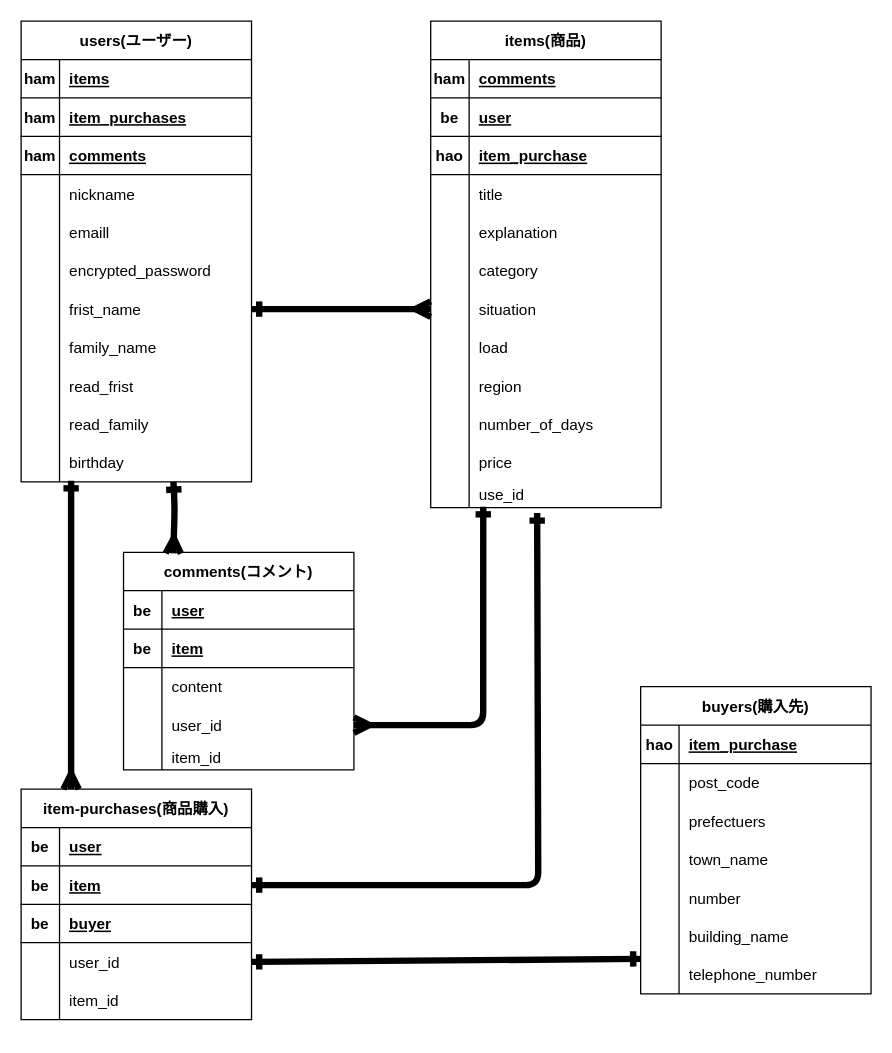
Above: furima2.dio in K5555kanafgo/furima-39958 (draw.io), before the change. Source tidied: cells renumbered, new cells numbered last; positions are measured from the earlier drawing's top-left corner, leaving out a move shared by most shapes. Both pictures are drawn from the tidied source at 128%, with x=0, y=0 at pixel (20, 20).
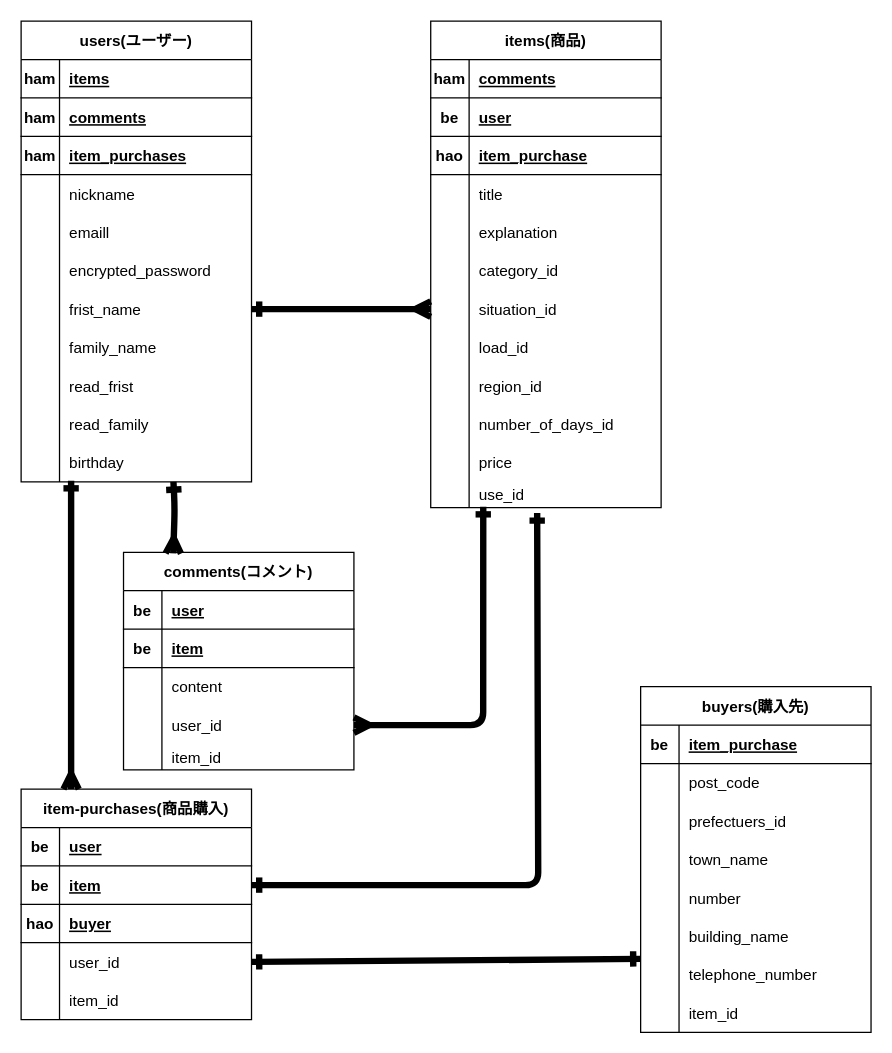
The same page after the edit.

The change refers to these unchanged cells:
```xml
<mxCell id="2" value="users(ユーザー)" style="shape=table;startSize=30;childLayout=tableLayout;rowLines=0;fontStyle=1;align=center;" parent="1" vertex="1">
  <mxGeometry width="180" height="360" as="geometry" />
</mxCell>
<mxCell id="52" style="shape=tableRow;horizontal=0;startSize=0;swimlaneHead=0;swimlaneBody=0;fillColor=none;top=0;left=0;right=0;bottom=0;" parent="36" vertex="1">
  <mxGeometry y="180" width="180" height="30" as="geometry" />
</mxCell>
<mxCell id="55" style="shape=tableRow;horizontal=0;startSize=0;swimlaneHead=0;swimlaneBody=0;fillColor=none;points=[[0,0.5],[1,0.5]];portConstraint=eastwest;top=0;left=0;right=0;bottom=0;" parent="36" vertex="1">
  <mxGeometry y="210" width="180" height="30" as="geometry" />
</mxCell>
<mxCell id="58" style="shape=tableRow;horizontal=0;startSize=0;swimlaneHead=0;swimlaneBody=0;fillColor=none;top=0;left=0;right=0;bottom=0;" parent="36" vertex="1">
  <mxGeometry y="240" width="180" height="30" as="geometry" />
</mxCell>
<mxCell id="61" style="shape=tableRow;horizontal=0;startSize=0;swimlaneHead=0;swimlaneBody=0;fillColor=none;top=0;left=0;right=0;bottom=0;" parent="36" vertex="1">
  <mxGeometry y="270" width="180" height="30" as="geometry" />
</mxCell>
<mxCell id="64" style="shape=tableRow;horizontal=0;startSize=0;swimlaneHead=0;swimlaneBody=0;fillColor=none;top=0;left=0;right=0;bottom=0;" parent="36" vertex="1">
  <mxGeometry y="300" width="180" height="30" as="geometry" />
</mxCell>
<mxCell id="96" style="shape=tableRow;horizontal=0;startSize=0;swimlaneHead=0;swimlaneBody=0;fillColor=none;top=0;left=0;right=0;bottom=1;" parent="89" vertex="1">
  <mxGeometry y="90" width="180" height="30" as="geometry" />
</mxCell>
<mxCell id="106" style="shape=tableRow;horizontal=0;startSize=0;swimlaneHead=0;swimlaneBody=0;fillColor=none;top=0;left=0;right=0;bottom=1;" parent="105" vertex="1">
  <mxGeometry y="30" width="180" height="30" as="geometry" />
</mxCell>
<mxCell id="112" style="shape=tableRow;horizontal=0;startSize=0;swimlaneHead=0;swimlaneBody=0;fillColor=none;top=0;left=0;right=0;bottom=0;" parent="105" vertex="1">
  <mxGeometry y="90" width="180" height="30" as="geometry" />
</mxCell>
```

What changed in the source:
```diff
@@
+    <mxCell id="9" style="shape=tableRow;horizontal=0;startSize=0;swimlaneHead=0;swimlaneBody=0;fillColor=none;top=0;left=0;right=0;bottom=1;" parent="2" vertex="1">
+      <mxGeometry y="60" width="180" height="30" as="geometry" />
+    </mxCell>
+    <mxCell id="10" value="ham" style="shape=partialRectangle;fillColor=none;top=0;left=0;bottom=0;right=0;fontStyle=1;overflow=hidden;" parent="9" vertex="1">
+      <mxGeometry width="30" height="30" as="geometry" />
+    </mxCell>
+    <mxCell id="11" value="comments" style="shape=partialRectangle;fillColor=none;top=0;left=0;bottom=0;right=0;align=left;spacingLeft=6;fontStyle=5;overflow=hidden;" parent="9" vertex="1">
+      <mxGeometry x="30" width="150" height="30" as="geometry" />
+    </mxCell>
     <mxCell id="6" style="shape=tableRow;horizontal=0;startSize=0;swimlaneHead=0;swimlaneBody=0;fillColor=none;top=0;left=0;right=0;bottom=1;" parent="2" vertex="1">
-      <mxGeometry y="60" width="180" height="30" as="geometry" />
+      <mxGeometry y="90" width="180" height="30" as="geometry" />
     </mxCell>
@@
-    <mxCell id="9" style="shape=tableRow;horizontal=0;startSize=0;swimlaneHead=0;swimlaneBody=0;fillColor=none;top=0;left=0;right=0;bottom=1;" parent="2" vertex="1">
-      <mxGeometry y="90" width="180" height="30" as="geometry" />
-    </mxCell>
-    <mxCell id="10" value="ham" style="shape=partialRectangle;fillColor=none;top=0;left=0;bottom=0;right=0;fontStyle=1;overflow=hidden;" parent="9" vertex="1">
-      <mxGeometry width="30" height="30" as="geometry" />
-    </mxCell>
-    <mxCell id="11" value="comments" style="shape=partialRectangle;fillColor=none;top=0;left=0;bottom=0;right=0;align=left;spacingLeft=6;fontStyle=5;overflow=hidden;" parent="9" vertex="1">
-      <mxGeometry x="30" width="150" height="30" as="geometry" />
-    </mxCell>
@@
-    <mxCell id="54" value="category" style="shape=partialRectangle;fillColor=none;top=0;left=0;bottom=0;right=0;align=left;spacingLeft=6;overflow=hidden;" parent="52" vertex="1">
+    <mxCell id="54" value="category_id" style="shape=partialRectangle;fillColor=none;top=0;left=0;bottom=0;right=0;align=left;spacingLeft=6;overflow=hidden;" parent="52" vertex="1">
       <mxGeometry x="30" width="150" height="30" as="geometry" />
     </mxCell>
@@
-    <mxCell id="57" value="situation" style="shape=partialRectangle;fillColor=none;top=0;left=0;bottom=0;right=0;align=left;spacingLeft=6;overflow=hidden;" parent="55" vertex="1">
+    <mxCell id="57" value="situation_id" style="shape=partialRectangle;fillColor=none;top=0;left=0;bottom=0;right=0;align=left;spacingLeft=6;overflow=hidden;" parent="55" vertex="1">
       <mxGeometry x="30" width="150" height="30" as="geometry" />
     </mxCell>
@@
-    <mxCell id="60" value="load" style="shape=partialRectangle;fillColor=none;top=0;left=0;bottom=0;right=0;align=left;spacingLeft=6;overflow=hidden;" parent="58" vertex="1">
+    <mxCell id="60" value="load_id" style="shape=partialRectangle;fillColor=none;top=0;left=0;bottom=0;right=0;align=left;spacingLeft=6;overflow=hidden;" parent="58" vertex="1">
       <mxGeometry x="30" width="150" height="30" as="geometry" />
     </mxCell>
@@
-    <mxCell id="63" value="region" style="shape=partialRectangle;fillColor=none;top=0;left=0;bottom=0;right=0;align=left;spacingLeft=6;overflow=hidden;" parent="61" vertex="1">
+    <mxCell id="63" value="region_id" style="shape=partialRectangle;fillColor=none;top=0;left=0;bottom=0;right=0;align=left;spacingLeft=6;overflow=hidden;" parent="61" vertex="1">
       <mxGeometry x="30" width="150" height="30" as="geometry" />
     </mxCell>
@@
-    <mxCell id="66" value="number_of_days" style="shape=partialRectangle;fillColor=none;top=0;left=0;bottom=0;right=0;align=left;spacingLeft=6;overflow=hidden;" parent="64" vertex="1">
+    <mxCell id="66" value="number_of_days_id" style="shape=partialRectangle;fillColor=none;top=0;left=0;bottom=0;right=0;align=left;spacingLeft=6;overflow=hidden;" parent="64" vertex="1">
       <mxGeometry x="30" width="150" height="30" as="geometry" />
     </mxCell>
@@
-    <mxCell id="97" value="be" style="shape=partialRectangle;fillColor=none;top=0;left=0;bottom=0;right=0;fontStyle=1;overflow=hidden;" parent="96" vertex="1">
+    <mxCell id="97" value="hao" style="shape=partialRectangle;fillColor=none;top=0;left=0;bottom=0;right=0;fontStyle=1;overflow=hidden;" parent="96" vertex="1">
       <mxGeometry width="30" height="30" as="geometry" />
     </mxCell>
@@
     <mxCell id="105" value="buyers(購入先)" style="shape=table;startSize=30;childLayout=tableLayout;rowLines=0;fontStyle=1;align=center;" parent="1" vertex="1">
-      <mxGeometry x="484" y="520" width="180" height="240" as="geometry" />
+      <mxGeometry x="484" y="520" width="180" height="270" as="geometry" />
     </mxCell>
@@
-    <mxCell id="107" value="hao" style="shape=partialRectangle;fillColor=none;top=0;left=0;bottom=0;right=0;fontStyle=1;overflow=hidden;" parent="106" vertex="1">
+    <mxCell id="107" value="be" style="shape=partialRectangle;fillColor=none;top=0;left=0;bottom=0;right=0;fontStyle=1;overflow=hidden;" parent="106" vertex="1">
       <mxGeometry width="30" height="30" as="geometry" />
     </mxCell>
@@
-    <mxCell id="114" value="prefectuers" style="shape=partialRectangle;fillColor=none;top=0;left=0;bottom=0;right=0;align=left;spacingLeft=6;overflow=hidden;" parent="112" vertex="1">
+    <mxCell id="114" value="prefectuers_id" style="shape=partialRectangle;fillColor=none;top=0;left=0;bottom=0;right=0;align=left;spacingLeft=6;overflow=hidden;" parent="112" vertex="1">
       <mxGeometry x="30" width="150" height="30" as="geometry" />
     </mxCell>
@@
+    <mxCell id="133" style="shape=tableRow;horizontal=0;startSize=0;swimlaneHead=0;swimlaneBody=0;fillColor=none;top=0;left=0;right=0;bottom=0;" parent="105" vertex="1">
+      <mxGeometry y="240" width="180" height="30" as="geometry" />
+    </mxCell>
+    <mxCell id="134" style="shape=partialRectangle;fillColor=none;top=0;left=0;bottom=0;right=0;overflow=hidden;" parent="133" vertex="1">
+      <mxGeometry width="30" height="30" as="geometry" />
+    </mxCell>
+    <mxCell id="135" value="item_id" style="shape=partialRectangle;fillColor=none;top=0;left=0;bottom=0;right=0;align=left;spacingLeft=6;overflow=hidden;" parent="133" vertex="1">
+      <mxGeometry x="30" width="150" height="30" as="geometry" />
+    </mxCell>
```
